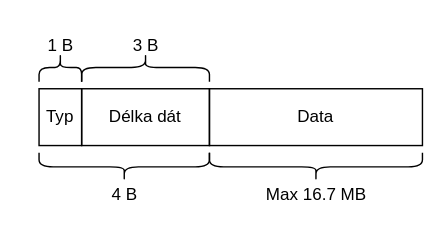
This is img/header.drawio from SamoKopecky/ICT3-project, a draw.io file, before an edit. Source tidied: cells renumbered, new cells numbered last; positions are measured from the earlier drawing's top-left corner, leaving out a move shared by most shapes. Both pictures are drawn from the tidied source at 142%, with x=0, y=0 at pixel (31, 3).
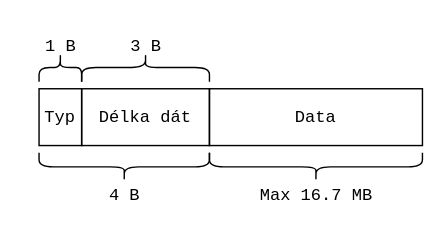
The same page after the edit.

Commit message (it also covers changes not shown here):
feat: Edit header diagram

Change to the diagram source:
```diff
@@
 <mxGraphModel>
   <root>
     <mxCell id="0" />
     <mxCell id="1" parent="0" />
-    <mxCell id="2" value="Typ" style="rounded=0;whiteSpace=wrap;html=1;fillColor=none;" parent="1" vertex="1">
+    <mxCell id="2" value="&lt;font face=&quot;Courier New&quot;&gt;Typ&lt;/font&gt;" style="rounded=0;whiteSpace=wrap;html=1;fillColor=none;" parent="1" vertex="1">
       <mxGeometry x="5" y="60" width="30" height="40" as="geometry" />
     </mxCell>
-    <mxCell id="3" value="Délka dát" style="rounded=0;whiteSpace=wrap;html=1;fillColor=none;" parent="1" vertex="1">
+    <mxCell id="3" value="&lt;font face=&quot;Courier New&quot;&gt;Délka dát&lt;/font&gt;" style="rounded=0;whiteSpace=wrap;html=1;fillColor=none;" parent="1" vertex="1">
       <mxGeometry x="35" y="60" width="90" height="40" as="geometry" />
     </mxCell>
     <mxCell id="4" style="shape=curlyBracket;whiteSpace=wrap;html=1;rounded=1;flipH=1;fillColor=none;rotation=90;" parent="1" vertex="1">
       <mxGeometry x="55" y="55" width="20" height="120" as="geometry" />
     </mxCell>
-    <mxCell id="5" value="4 B" style="text;html=1;align=center;verticalAlign=middle;strokeColor=none;fillColor=none;" parent="1" vertex="1">
-      <mxGeometry x="45" y="120" width="40" height="30" as="geometry" />
+    <mxCell id="5" value="&lt;font face=&quot;Courier New&quot;&gt;4 B&lt;/font&gt;" style="text;html=1;align=center;verticalAlign=middle;strokeColor=none;fillColor=none;" parent="1" vertex="1">
+      <mxGeometry x="40" y="120" width="50" height="30" as="geometry" />
     </mxCell>
     <mxCell id="6" style="shape=curlyBracket;whiteSpace=wrap;html=1;rounded=1;flipH=1;fillColor=none;rotation=-90;" parent="1" vertex="1">
       <mxGeometry x="10" y="30" width="20" height="30" as="geometry" />
     </mxCell>
     <mxCell id="7" style="shape=curlyBracket;whiteSpace=wrap;html=1;rounded=1;flipH=1;fillColor=none;rotation=-90;" parent="1" vertex="1">
       <mxGeometry x="70" width="20" height="90" as="geometry" />
     </mxCell>
-    <mxCell id="8" value="1 B" style="text;html=1;align=center;verticalAlign=middle;strokeColor=none;fillColor=none;" parent="1" vertex="1">
-      <mxGeometry y="15" width="40" height="30" as="geometry" />
+    <mxCell id="8" value="&lt;font face=&quot;Courier New&quot;&gt;1 B&lt;/font&gt;" style="text;html=1;align=center;verticalAlign=middle;strokeColor=none;fillColor=none;" parent="1" vertex="1">
+      <mxGeometry x="-5" y="15" width="50" height="30" as="geometry" />
     </mxCell>
-    <mxCell id="9" value="3 B" style="text;html=1;align=center;verticalAlign=middle;strokeColor=none;fillColor=none;" parent="1" vertex="1">
-      <mxGeometry x="60" y="15" width="40" height="30" as="geometry" />
+    <mxCell id="9" value="&lt;font face=&quot;Courier New&quot;&gt;3 B&lt;/font&gt;" style="text;html=1;align=center;verticalAlign=middle;strokeColor=none;fillColor=none;" parent="1" vertex="1">
+      <mxGeometry x="55" y="15" width="50" height="30" as="geometry" />
     </mxCell>
-    <mxCell id="10" value="Data" style="rounded=0;whiteSpace=wrap;html=1;fillColor=none;" parent="1" vertex="1">
+    <mxCell id="10" value="&lt;font face=&quot;Courier New&quot;&gt;Data&lt;/font&gt;" style="rounded=0;whiteSpace=wrap;html=1;fillColor=none;" parent="1" vertex="1">
       <mxGeometry x="125" y="60" width="150" height="40" as="geometry" />
     </mxCell>
     <mxCell id="11" style="shape=curlyBracket;whiteSpace=wrap;html=1;rounded=1;flipH=1;fillColor=none;rotation=90;" parent="1" vertex="1">
       <mxGeometry x="190" y="40" width="20" height="150" as="geometry" />
     </mxCell>
-    <mxCell id="12" value="Max 16.7 MB" style="text;html=1;align=center;verticalAlign=middle;strokeColor=none;fillColor=none;" parent="1" vertex="1">
-      <mxGeometry x="155" y="120" width="90" height="30" as="geometry" />
+    <mxCell id="12" value="&lt;font face=&quot;Courier New&quot;&gt;Max 16.7 MB&lt;/font&gt;" style="text;html=1;align=center;verticalAlign=middle;strokeColor=none;fillColor=none;" parent="1" vertex="1">
+      <mxGeometry x="150" y="120" width="100" height="30" as="geometry" />
     </mxCell>
   </root>
 </mxGraphModel>
```
